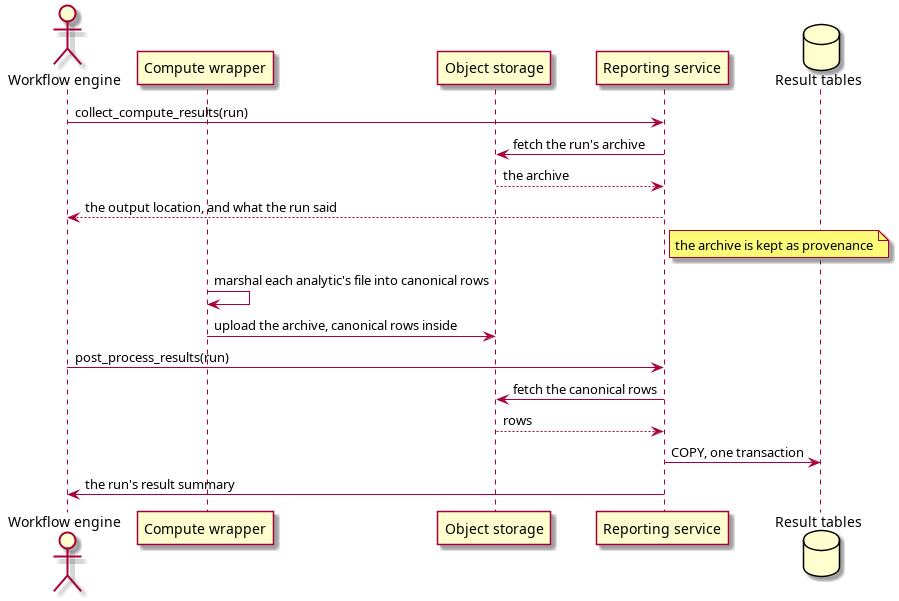
The PlantUML diagram doc/knowledge/architecture/report_post_processing_interaction.png in OreStudio/OreStudio, before a commit. Its source is kept beside it as doc/knowledge/architecture/report_post_processing_interaction.puml.
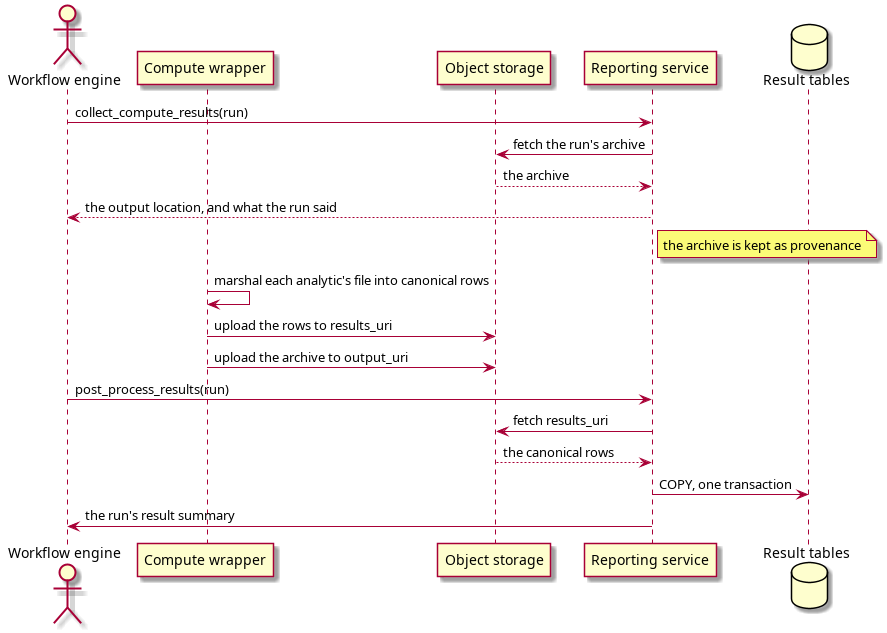
After the commit.

Commit message:
[doc] Show how the rows reach the results table

The claim carries two locations: the archive and the canonical rows. The node
writes both with its token and composes no key; the reporting service fetches the
rows in its own step and writes the table. No reporting endpoint accepts rows from
a node, because that would grant a write surface for no saving in validation.

Story-ID: 90A8E8FB-F103-42D1-9C57-517D7F0694B3
Environment: swift_curie

The edit, as a diff of the source:
```diff
@@ -12,10 +12,11 @@
 note right of reporting : the archive is kept as provenance
 
 wrapper -> wrapper : marshal each analytic's file into canonical rows
-wrapper -> store : upload the archive, canonical rows inside
+wrapper -> store : upload the rows to results_uri
+wrapper -> store : upload the archive to output_uri
 wf -> reporting : post_process_results(run)
-reporting -> store : fetch the canonical rows
-store --> reporting : rows
+reporting -> store : fetch results_uri
+store --> reporting : the canonical rows
 reporting -> results : COPY, one transaction
 reporting -> wf : the run's result summary
 @enduml
```
